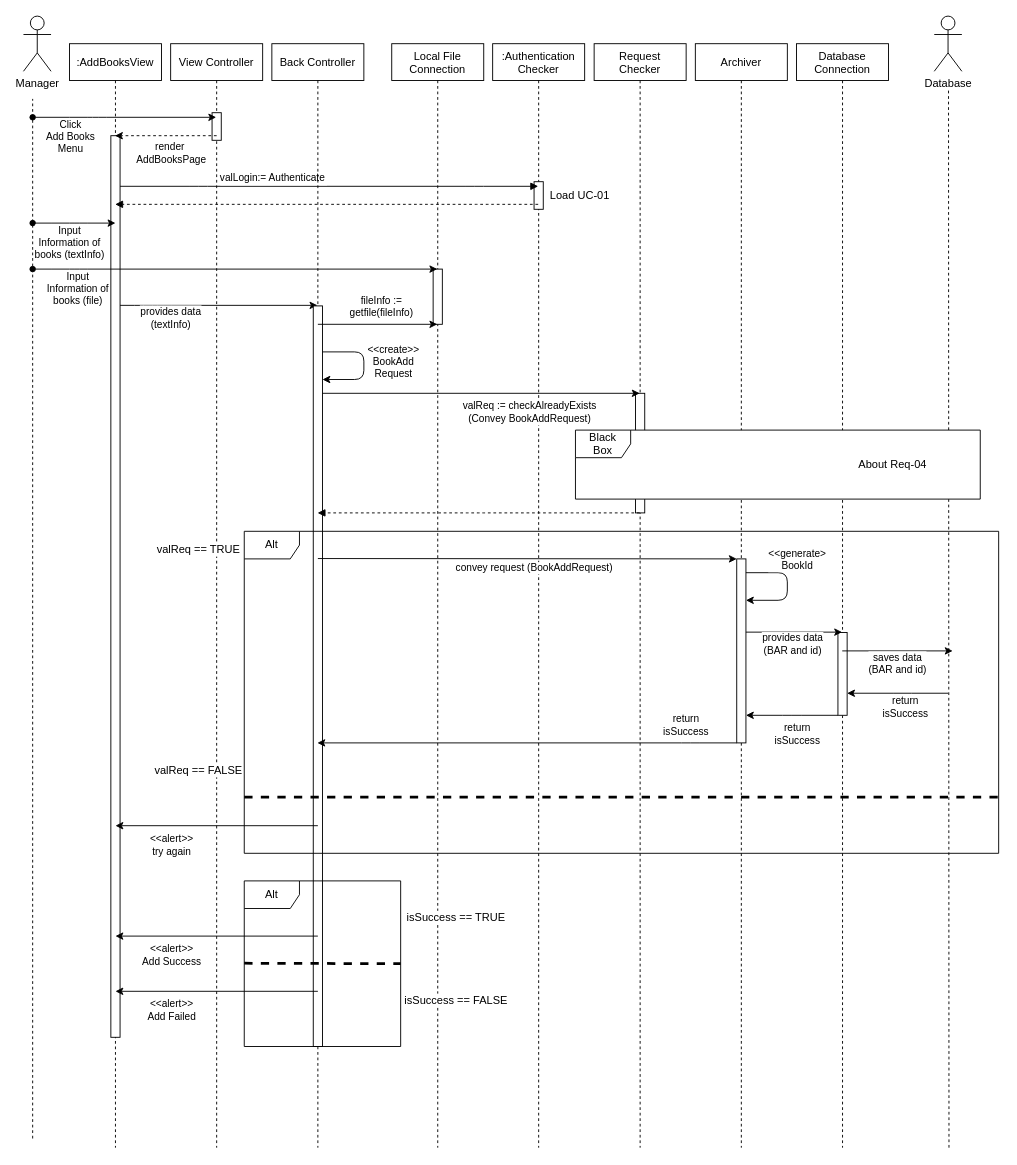
Before: docs/SequenceDiagram/SD-UC-03.drawio in youngkwon02/Enhanced-library-management, a draw.io diagram. Source tidied: cells renumbered, new cells numbered last; positions are measured from the earlier drawing's top-left corner, leaving out a move shared by most shapes. Both pictures are drawn from the tidied source at 92%, with x=0, y=0 at pixel (23, 16).
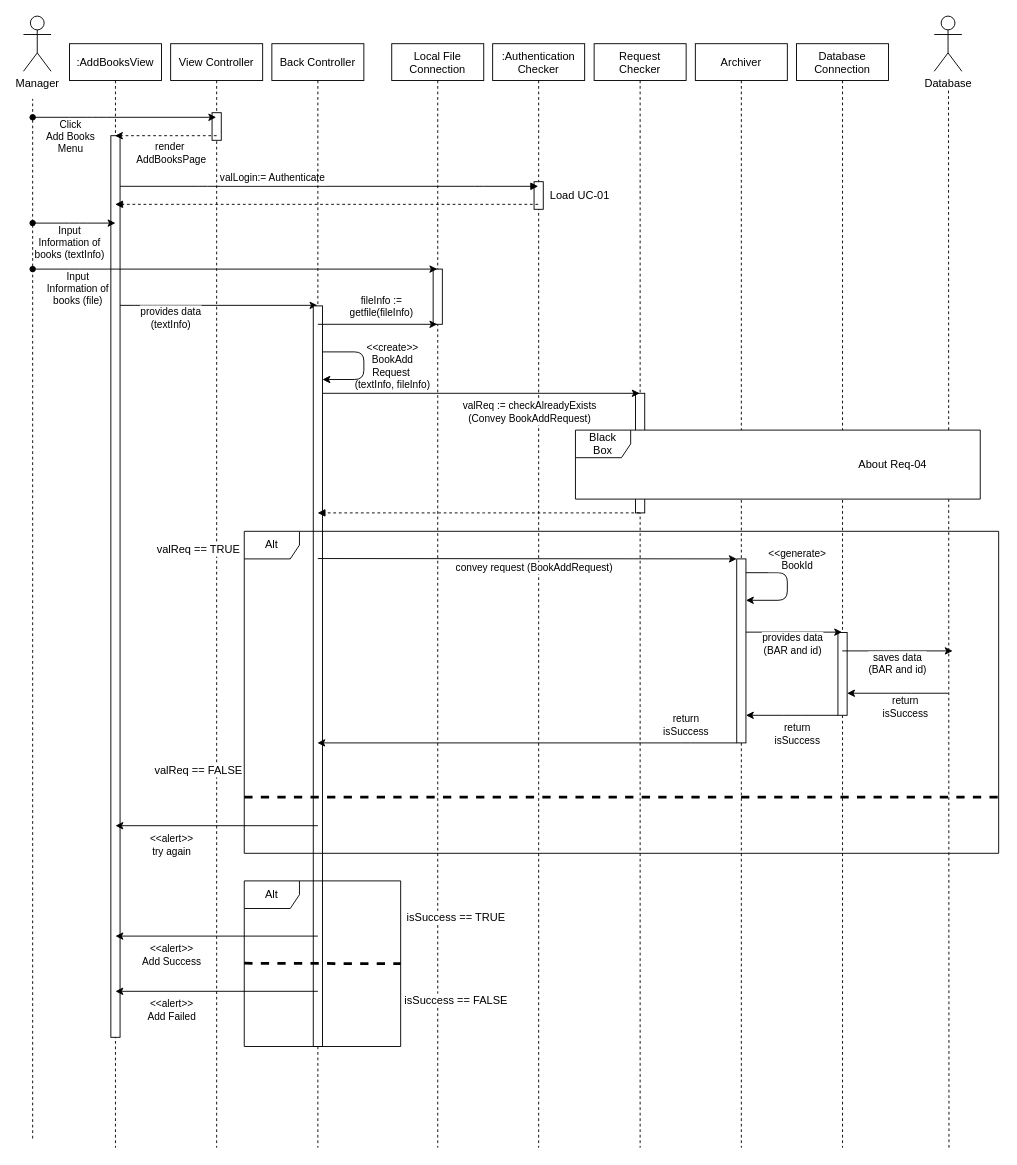
The same diagram, later.

Unchanged cells that the change refers to:
```xml
<mxCell id="32" style="endArrow=classic;html=1;edgeStyle=orthogonalEdgeStyle;" parent="1" edge="1">
  <mxGeometry relative="1" as="geometry">
    <mxPoint x="325" y="365" as="sourcePoint" />
    <mxPoint x="325" y="395" as="targetPoint" />
    <Array as="points">
      <mxPoint x="370" y="365" />
      <mxPoint x="370" y="395" />
    </Array>
  </mxGeometry>
</mxCell>
```

Diff of the diagram source:
```diff
@@
-    <mxCell id="33" value="&amp;lt;&amp;lt;create&amp;gt;&amp;gt;&lt;br&gt;BookAdd&lt;br&gt;Request" style="edgeLabel;html=1;align=center;verticalAlign=middle;" parent="32" vertex="1">
+    <mxCell id="33" value="&amp;lt;&amp;lt;create&amp;gt;&amp;gt;&lt;br&gt;BookAdd&lt;br&gt;Request&amp;nbsp;&lt;br&gt;(textInfo, fileInfo)" style="edgeLabel;html=1;align=center;verticalAlign=middle;labelBackgroundColor=none;" parent="32" vertex="1">
       <mxGeometry x="0.89" y="-1" relative="1" as="geometry">
-        <mxPoint x="69" y="-19" as="offset" />
+        <mxPoint x="68" y="-14" as="offset" />
       </mxGeometry>
     </mxCell>
```
